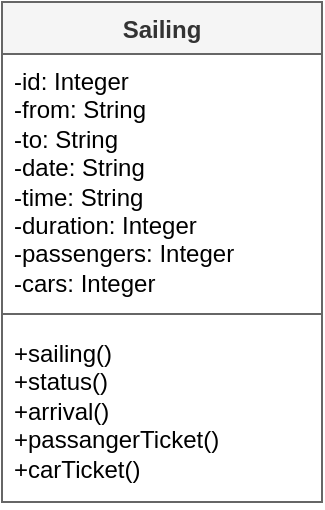
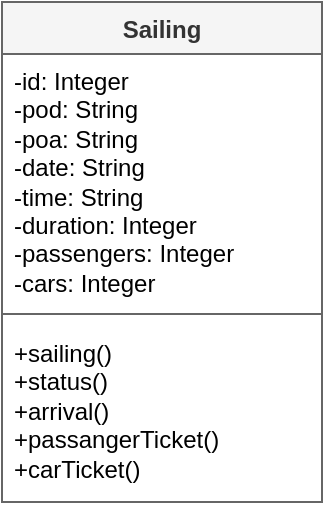
<mxfile host="Electron" agent="Mozilla/5.0 (Windows NT 10.0; Win64; x64) AppleWebKit/537.36 (KHTML, like Gecko) draw.io/28.1.2 Chrome/138.0.7204.243 Electron/37.4.0 Safari/537.36" version="28.1.2">
  <diagram name="class" id="Et4eN9XsMP80-kSSHCN3">
-     <mxGraphModel dx="1042" dy="660" grid="1" gridSize="10" guides="1" tooltips="1" connect="1" arrows="1" fold="1" page="1" pageScale="1" pageWidth="291" pageHeight="413" math="0" shadow="0">
+     <mxGraphModel dx="786" dy="516" grid="1" gridSize="10" guides="1" tooltips="1" connect="1" arrows="1" fold="1" page="1" pageScale="1" pageWidth="291" pageHeight="413" math="0" shadow="0">
      <root>
        <mxCell id="0" />
        <mxCell id="1" parent="0" />
        <mxCell id="L1eF5kcUcJKXxUQ2V5gm-10" value="Sailing" style="swimlane;fontStyle=1;align=center;verticalAlign=top;childLayout=stackLayout;horizontal=1;startSize=26;horizontalStack=0;resizeParent=1;resizeParentMax=0;resizeLast=0;collapsible=1;marginBottom=0;whiteSpace=wrap;html=1;fillColor=#f5f5f5;fontColor=#333333;strokeColor=#666666;" parent="1" vertex="1">
          <mxGeometry x="60" y="40" width="160" height="250" as="geometry" />
        </mxCell>
-         <mxCell id="L1eF5kcUcJKXxUQ2V5gm-11" value="-id: Integer&lt;div&gt;-from: String&lt;/div&gt;&lt;div&gt;-to: String&lt;/div&gt;&lt;div&gt;-date: String&lt;/div&gt;&lt;div&gt;-time: String&lt;/div&gt;&lt;div&gt;-duration: Integer&lt;/div&gt;&lt;div&gt;-passengers: Integer&lt;/div&gt;&lt;div&gt;-cars: Integer&lt;/div&gt;" style="text;strokeColor=none;fillColor=none;align=left;verticalAlign=top;spacingLeft=4;spacingRight=4;overflow=hidden;rotatable=0;points=[[0,0.5],[1,0.5]];portConstraint=eastwest;whiteSpace=wrap;html=1;" parent="L1eF5kcUcJKXxUQ2V5gm-10" vertex="1">
+         <mxCell id="L1eF5kcUcJKXxUQ2V5gm-11" value="-id: Integer&lt;div&gt;-pod: String&lt;/div&gt;&lt;div&gt;-poa: String&lt;/div&gt;&lt;div&gt;-date: String&lt;/div&gt;&lt;div&gt;-time: String&lt;/div&gt;&lt;div&gt;-duration: Integer&lt;/div&gt;&lt;div&gt;-passengers: Integer&lt;/div&gt;&lt;div&gt;-cars: Integer&lt;/div&gt;" style="text;strokeColor=none;fillColor=none;align=left;verticalAlign=top;spacingLeft=4;spacingRight=4;overflow=hidden;rotatable=0;points=[[0,0.5],[1,0.5]];portConstraint=eastwest;whiteSpace=wrap;html=1;" parent="L1eF5kcUcJKXxUQ2V5gm-10" vertex="1">
          <mxGeometry y="26" width="160" height="124" as="geometry" />
        </mxCell>
        <mxCell id="L1eF5kcUcJKXxUQ2V5gm-12" value="" style="line;strokeWidth=1;fillColor=none;align=left;verticalAlign=middle;spacingTop=-1;spacingLeft=3;spacingRight=3;rotatable=0;labelPosition=right;points=[];portConstraint=eastwest;strokeColor=inherit;" parent="L1eF5kcUcJKXxUQ2V5gm-10" vertex="1">
          <mxGeometry y="150" width="160" height="12" as="geometry" />
        </mxCell>
        <mxCell id="L1eF5kcUcJKXxUQ2V5gm-13" value="+sailing()&lt;div&gt;+status()&lt;/div&gt;&lt;div&gt;+arrival()&lt;/div&gt;&lt;div&gt;+passangerTicket()&lt;br&gt;&lt;/div&gt;&lt;div&gt;+carTicket()&lt;/div&gt;" style="text;strokeColor=none;fillColor=none;align=left;verticalAlign=top;spacingLeft=4;spacingRight=4;overflow=hidden;rotatable=0;points=[[0,0.5],[1,0.5]];portConstraint=eastwest;whiteSpace=wrap;html=1;" parent="L1eF5kcUcJKXxUQ2V5gm-10" vertex="1">
          <mxGeometry y="162" width="160" height="88" as="geometry" />
        </mxCell>
      </root>
    </mxGraphModel>
  </diagram>
</mxfile>
